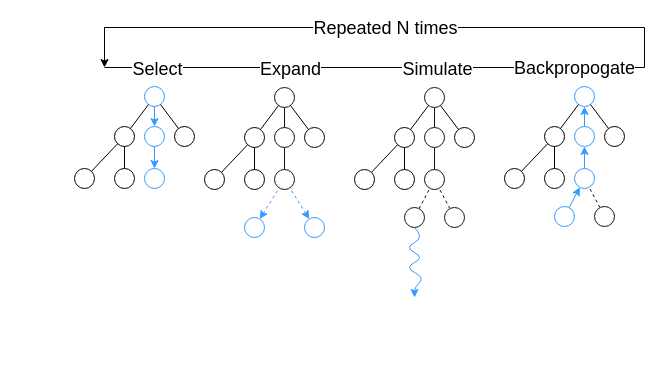
Earlier version of the draw.io diagram az_mcts.drawio (Klazkin/player-zero). Source tidied: cells renumbered, new cells numbered last; positions are measured from the earlier drawing's top-left corner, leaving out a move shared by most shapes. Both pictures are drawn from the tidied source at 100%, with x=0, y=0 at pixel (74, 27).
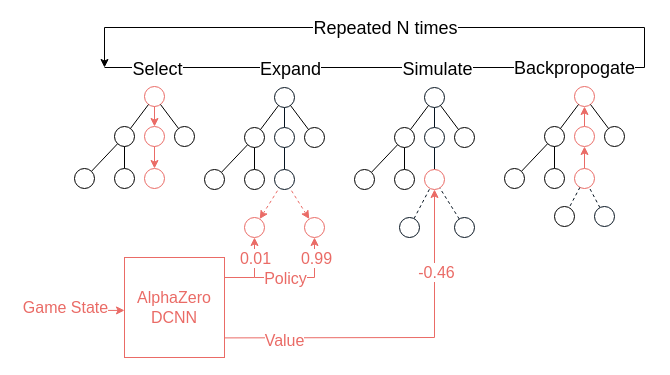
Above is the later version.

The change refers to these unchanged cells:
```xml
<mxCell id="27" style="ellipse;whiteSpace=wrap;html=1;strokeColor=#071421;" parent="1" vertex="1">
  <mxGeometry x="200" y="142" width="20" height="20" as="geometry" />
</mxCell>
```

The edit, as a diff of the source:
```diff
@@
+    <mxCell id="73" style="endArrow=classic;html=1;rounded=0;entryX=0.5;entryY=1;entryDx=0;entryDy=0;fontColor=#EA6B66;strokeColor=#EA6B66;" parent="1" edge="1" target="31">
+      <mxGeometry relative="1" as="geometry">
+        <mxPoint x="180" y="250" as="sourcePoint" />
+        <Array as="points">
+          <mxPoint x="240" y="250" />
+        </Array>
+      </mxGeometry>
+    </mxCell>
+    <mxCell id="74" value="0.99" style="edgeLabel;html=1;align=center;verticalAlign=middle;fontColor=#EA6B66;fontSize=16;" parent="73" vertex="1">
+      <mxGeometry x="0.6" y="-1" relative="1" as="geometry" />
+    </mxCell>
-    <mxCell id="2" style="ellipse;whiteSpace=wrap;html=1;strokeColor=#3399FF;" parent="1" vertex="1">
+    <mxCell id="2" style="ellipse;whiteSpace=wrap;html=1;strokeColor=#EA6B66;" parent="1" vertex="1">
       <mxGeometry x="70" y="59" width="20" height="20" as="geometry" />
     </mxCell>
@@
-    <mxCell id="7" style="endArrow=none;html=1;rounded=0;strokeColor=#3399FF;strokeWidth=1;startArrow=classic;startFill=1;" parent="1" edge="1" source="8" target="2">
+    <mxCell id="7" style="endArrow=none;html=1;rounded=0;strokeColor=#EA6B66;strokeWidth=1;startArrow=classic;startFill=1;" parent="1" edge="1" source="8" target="2">
       <mxGeometry relative="1" as="geometry" />
     </mxCell>
-    <mxCell id="8" style="ellipse;whiteSpace=wrap;html=1;strokeColor=#3399FF;" parent="1" vertex="1">
+    <mxCell id="8" style="ellipse;whiteSpace=wrap;html=1;strokeColor=#EA6B66;" parent="1" vertex="1">
       <mxGeometry x="70" y="99" width="20" height="20" as="geometry" />
     </mxCell>
@@
-    <mxCell id="13" style="endArrow=none;html=1;rounded=0;strokeColor=#3399FF;strokeWidth=1;startArrow=classic;startFill=1;" parent="1" edge="1" source="14" target="8">
+    <mxCell id="13" style="endArrow=none;html=1;rounded=0;strokeColor=#EA6B66;strokeWidth=1;startArrow=classic;startFill=1;" parent="1" edge="1" source="14" target="8">
       <mxGeometry relative="1" as="geometry" />
     </mxCell>
-    <mxCell id="14" style="ellipse;whiteSpace=wrap;html=1;strokeColor=#3399FF;" parent="1" vertex="1">
+    <mxCell id="14" style="ellipse;whiteSpace=wrap;html=1;strokeColor=#EA6B66;" parent="1" vertex="1">
       <mxGeometry x="70" y="141" width="20" height="20" as="geometry" />
     </mxCell>
@@
-    <mxCell id="28" style="endArrow=none;html=1;rounded=0;strokeColor=#3399FF;dashed=1;startArrow=classic;startFill=1;" parent="1" edge="1" source="29" target="27">
+    <mxCell id="28" style="endArrow=none;html=1;rounded=0;strokeColor=#EA6B66;dashed=1;startArrow=classic;startFill=1;" parent="1" edge="1" source="29" target="27">
       <mxGeometry relative="1" as="geometry" />
     </mxCell>
-    <mxCell id="29" style="ellipse;whiteSpace=wrap;html=1;strokeColor=#3399FF;" parent="1" vertex="1">
+    <mxCell id="29" style="ellipse;whiteSpace=wrap;html=1;strokeColor=#EA6B66;" parent="1" vertex="1">
       <mxGeometry x="170" y="190" width="20" height="20" as="geometry" />
     </mxCell>
-    <mxCell id="30" style="endArrow=none;html=1;rounded=0;strokeColor=#3399FF;dashed=1;startArrow=classic;startFill=1;" parent="1" edge="1" source="31" target="27">
+    <mxCell id="30" style="endArrow=none;html=1;rounded=0;strokeColor=#EA6B66;dashed=1;startArrow=classic;startFill=1;" parent="1" edge="1" source="31" target="27">
       <mxGeometry relative="1" as="geometry" />
     </mxCell>
-    <mxCell id="31" style="ellipse;whiteSpace=wrap;html=1;strokeColor=#3399FF;" parent="1" vertex="1">
+    <mxCell id="31" style="ellipse;whiteSpace=wrap;html=1;strokeColor=#EA6B66;" parent="1" vertex="1">
       <mxGeometry x="230" y="190" width="20" height="20" as="geometry" />
     </mxCell>
@@
-    <mxCell id="44" style="ellipse;whiteSpace=wrap;html=1;strokeColor=#071421;" parent="1" vertex="1">
+    <mxCell id="44" style="ellipse;whiteSpace=wrap;html=1;strokeColor=#EA6B66;" parent="1" vertex="1">
       <mxGeometry x="350" y="142" width="20" height="20" as="geometry" />
     </mxCell>
@@
     <mxCell id="46" style="ellipse;whiteSpace=wrap;html=1;strokeColor=#071421;" parent="1" vertex="1">
-      <mxGeometry x="330" y="180" width="20" height="20" as="geometry" />
+      <mxGeometry x="325" y="190" width="20" height="20" as="geometry" />
     </mxCell>
@@
     <mxCell id="48" style="ellipse;whiteSpace=wrap;html=1;strokeColor=#071421;" parent="1" vertex="1">
-      <mxGeometry x="370" y="180" width="20" height="20" as="geometry" />
+      <mxGeometry x="380" y="190" width="20" height="20" as="geometry" />
     </mxCell>
-    <mxCell id="49" style="endArrow=classic;html=1;rounded=0;strokeWidth=1;curved=1;exitX=0.5;exitY=1;exitDx=0;exitDy=0;strokeColor=#3399FF;" parent="1" edge="1" source="46">
-      <mxGeometry relative="1" as="geometry">
-        <mxPoint x="340" y="270" as="targetPoint" />
-        <Array as="points">
-          <mxPoint x="350" y="210" />
-          <mxPoint x="330" y="220" />
-          <mxPoint x="350" y="230" />
-          <mxPoint x="330" y="240" />
-          <mxPoint x="350" y="250" />
-          <mxPoint x="340" y="260" />
-        </Array>
-      </mxGeometry>
-    </mxCell>
-    <mxCell id="50" style="ellipse;whiteSpace=wrap;html=1;strokeColor=#3399FF;" parent="1" vertex="1">
+    <mxCell id="50" style="ellipse;whiteSpace=wrap;html=1;strokeColor=#EA6B66;" parent="1" vertex="1">
       <mxGeometry x="500" y="59" width="20" height="20" as="geometry" />
     </mxCell>
@@
-    <mxCell id="55" style="endArrow=classic;html=1;rounded=0;strokeColor=#3399FF;endFill=1;" parent="1" edge="1" source="56" target="50">
+    <mxCell id="55" style="endArrow=classic;html=1;rounded=0;strokeColor=#EA6B66;endFill=1;" parent="1" edge="1" source="56" target="50">
       <mxGeometry relative="1" as="geometry" />
     </mxCell>
-    <mxCell id="56" style="ellipse;whiteSpace=wrap;html=1;strokeColor=#3399FF;" parent="1" vertex="1">
+    <mxCell id="56" style="ellipse;whiteSpace=wrap;html=1;strokeColor=#EA6B66;" parent="1" vertex="1">
       <mxGeometry x="500" y="99" width="20" height="20" as="geometry" />
     </mxCell>
@@
-    <mxCell id="61" style="endArrow=classic;html=1;rounded=0;strokeColor=#3399FF;endFill=1;" parent="1" edge="1" source="62" target="56">
+    <mxCell id="61" style="endArrow=classic;html=1;rounded=0;strokeColor=#EA6B66;endFill=1;" parent="1" edge="1" source="62" target="56">
       <mxGeometry relative="1" as="geometry" />
     </mxCell>
-    <mxCell id="62" style="ellipse;whiteSpace=wrap;html=1;strokeColor=#3399FF;" parent="1" vertex="1">
+    <mxCell id="62" style="ellipse;whiteSpace=wrap;html=1;strokeColor=#EA6B66;" parent="1" vertex="1">
       <mxGeometry x="500" y="141" width="20" height="20" as="geometry" />
     </mxCell>
-    <mxCell id="63" style="endArrow=classic;html=1;rounded=0;strokeColor=#3399FF;startArrow=none;startFill=0;endFill=1;" parent="1" edge="1" source="64" target="62">
-      <mxGeometry relative="1" as="geometry" />
-    </mxCell>
-    <mxCell id="64" style="ellipse;whiteSpace=wrap;html=1;strokeColor=#3399FF;" parent="1" vertex="1">
+    <mxCell id="64" style="ellipse;whiteSpace=wrap;html=1;strokeColor=#000000;" parent="1" vertex="1">
       <mxGeometry x="480" y="179" width="20" height="20" as="geometry" />
     </mxCell>
@@
+    <mxCell id="75" value="&lt;div&gt;&lt;font style=&quot;font-size: 16px;&quot; color=&quot;#ea6b66&quot;&gt;AlphaZero&lt;br&gt;&lt;/font&gt;&lt;/div&gt;&lt;div&gt;&lt;font style=&quot;font-size: 16px;&quot; color=&quot;#ea6b66&quot;&gt;DCNN&lt;/font&gt;&lt;/div&gt;" style="whiteSpace=wrap;html=1;strokeColor=#EA6B66;fontSize=16;" parent="1" vertex="1">
+      <mxGeometry x="50" y="230" width="100" height="100" as="geometry" />
+    </mxCell>
+    <mxCell id="76" style="endArrow=classic;html=1;rounded=0;entryX=0.5;entryY=1;entryDx=0;entryDy=0;fontColor=#EA6B66;strokeColor=#EA6B66;" parent="1" edge="1" target="29">
+      <mxGeometry relative="1" as="geometry">
+        <mxPoint x="150" y="250" as="sourcePoint" />
+        <Array as="points">
+          <mxPoint x="180" y="250" />
+        </Array>
+      </mxGeometry>
+    </mxCell>
+    <mxCell id="77" value="&lt;div style=&quot;font-size: 16px;&quot;&gt;Policy&lt;/div&gt;" style="edgeLabel;html=1;align=center;verticalAlign=middle;labelBackgroundColor=default;fontColor=#EA6B66;fontSize=16;" parent="76" vertex="1">
+      <mxGeometry x="0.02" y="-1" relative="1" as="geometry">
+        <mxPoint x="29" y="6" as="offset" />
+      </mxGeometry>
+    </mxCell>
+    <mxCell id="78" value="&lt;div style=&quot;font-size: 16px;&quot;&gt;0.01&lt;/div&gt;" style="edgeLabel;html=1;align=center;verticalAlign=middle;fontColor=#EA6B66;fontSize=16;" parent="76" vertex="1">
+      <mxGeometry x="0.44" relative="1" as="geometry" />
+    </mxCell>
+    <mxCell id="79" style="endArrow=classic;html=1;rounded=0;exitX=1.003;exitY=0.804;exitDx=0;exitDy=0;exitPerimeter=0;entryX=0.5;entryY=1;entryDx=0;entryDy=0;strokeColor=#EA6B66;" parent="1" edge="1" source="75" target="44">
+      <mxGeometry relative="1" as="geometry">
+        <Array as="points">
+          <mxPoint x="360" y="310" />
+        </Array>
+      </mxGeometry>
+    </mxCell>
+    <mxCell id="80" value="&lt;font color=&quot;#ea6b66&quot;&gt;Value&lt;/font&gt;" style="edgeLabel;html=1;align=center;verticalAlign=middle;fontSize=16;" parent="79" vertex="1">
+      <mxGeometry x="-0.53" y="-2" relative="1" as="geometry">
+        <mxPoint x="-25" as="offset" />
+      </mxGeometry>
+    </mxCell>
+    <mxCell id="81" value="-0.46" style="edgeLabel;html=1;align=center;verticalAlign=middle;fontColor=#EA6B66;fontSize=16;" parent="79" vertex="1">
+      <mxGeometry x="0.54" y="-1" relative="1" as="geometry" />
+    </mxCell>
+    <mxCell id="82" style="endArrow=none;html=1;rounded=0;strokeColor=#071421;dashed=1;" parent="1" edge="1" source="62" target="64">
+      <mxGeometry relative="1" as="geometry" />
+    </mxCell>
+    <mxCell id="83" style="endArrow=classic;html=1;rounded=0;entryX=0;entryY=0.5;entryDx=0;entryDy=0;strokeColor=#EA6B66;" parent="1" edge="1">
+      <mxGeometry relative="1" as="geometry">
+        <mxPoint x="-50" y="283" as="sourcePoint" />
+        <mxPoint x="50" y="282.9" as="targetPoint" />
+      </mxGeometry>
+    </mxCell>
+    <mxCell id="84" value="Game State" style="edgeLabel;html=1;align=center;verticalAlign=middle;fontColor=#EA6B66;fontSize=16;" parent="83" vertex="1">
+      <mxGeometry x="-0.38" y="-2" relative="1" as="geometry">
+        <mxPoint x="9" y="-5" as="offset" />
+      </mxGeometry>
+    </mxCell>
```
